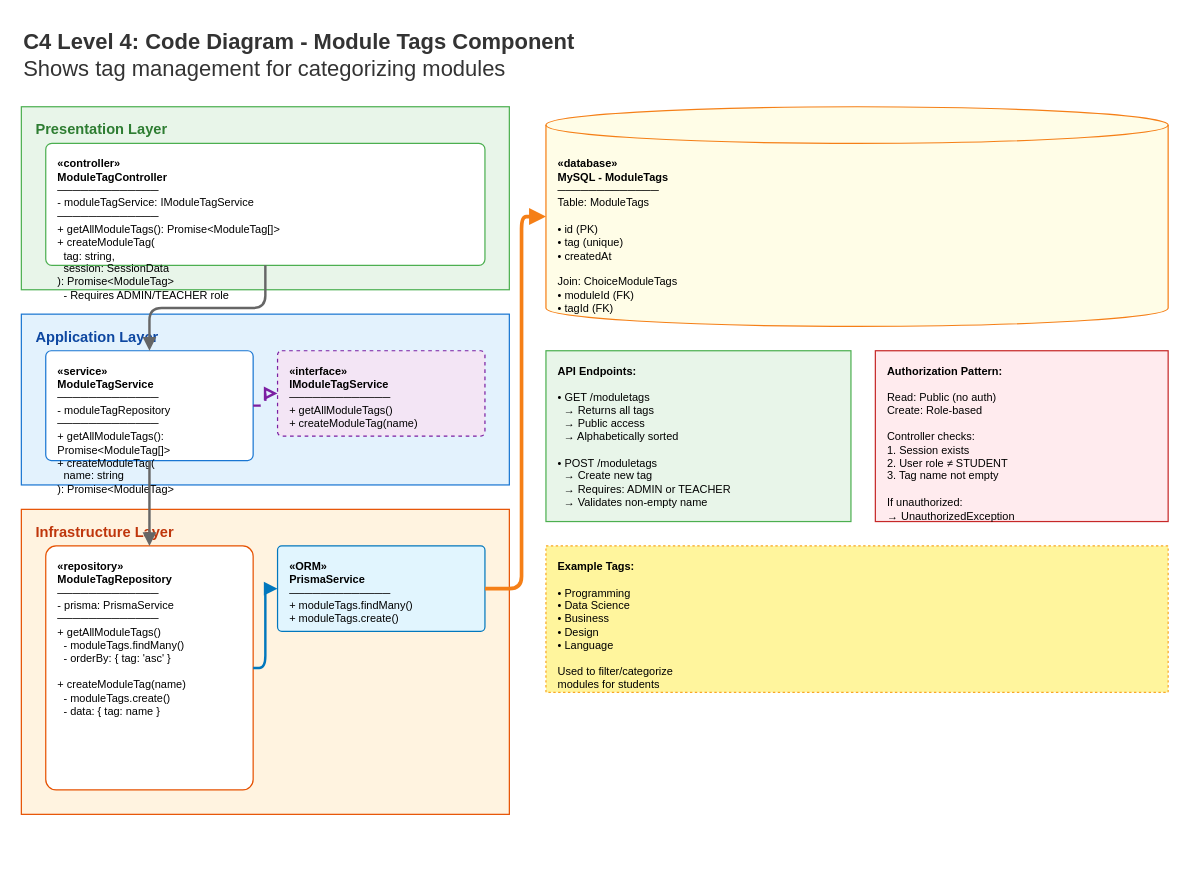
Before: page "Moduletags" (6 of 7) of C4-Model/Level 4.drawio in CompassGPT/Documentation, a draw.io diagram. Source tidied: cells renumbered, new cells numbered last; positions are measured from the earlier drawing's top-left corner, leaving out a move shared by most shapes. Both pictures are drawn from the tidied source at 122%, with x=0, y=0 at pixel (21, 21).
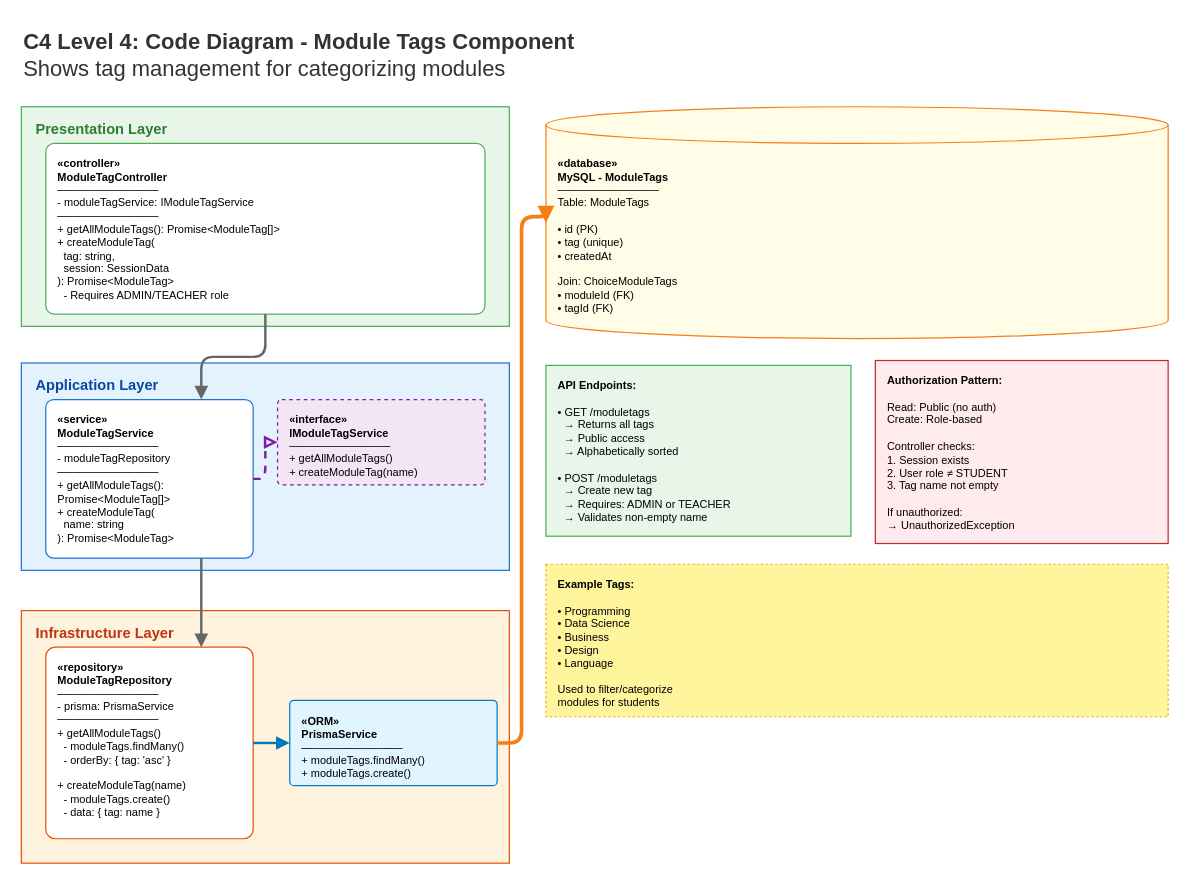
The same page after the edit.

The edit, as a diff of the source:
```diff
@@
     <mxCell id="3" value="&lt;b&gt;Presentation Layer&lt;/b&gt;" style="rounded=0;whiteSpace=wrap;html=1;fillColor=#E8F5E9;strokeColor=#4CAF50;fontColor=#2E7D32;fontSize=12;align=left;verticalAlign=top;spacingLeft=10;spacingTop=5;" parent="1" vertex="1">
-      <mxGeometry y="70" width="400" height="150" as="geometry" />
+      <mxGeometry y="70" width="400" height="180" as="geometry" />
     </mxCell>
     <mxCell id="4" value="&lt;b&gt;«controller»&lt;/b&gt;&lt;br&gt;&lt;b&gt;ModuleTagController&lt;/b&gt;&lt;br&gt;─────────────&lt;br&gt;- moduleTagService: IModuleTagService&lt;br&gt;─────────────&lt;br&gt;+ getAllModuleTags(): Promise&amp;lt;ModuleTag[]&amp;gt;&lt;br&gt;+ createModuleTag(&lt;br&gt;&amp;nbsp;&amp;nbsp;tag: string,&lt;br&gt;&amp;nbsp;&amp;nbsp;session: SessionData&lt;br&gt;): Promise&amp;lt;ModuleTag&amp;gt;&lt;br&gt;&amp;nbsp;&amp;nbsp;- Requires ADMIN/TEACHER role" style="rounded=1;whiteSpace=wrap;html=1;fillColor=#FFFFFF;strokeColor=#4CAF50;fontColor=#000000;fontSize=9;align=left;verticalAlign=top;spacingLeft=8;spacingTop=5;arcSize=5;" parent="1" vertex="1">
-      <mxGeometry x="20" y="100" width="360" height="100" as="geometry" />
+      <mxGeometry x="20" y="100" width="360" height="140" as="geometry" />
     </mxCell>
     <mxCell id="5" value="&lt;b&gt;Application Layer&lt;/b&gt;" style="rounded=0;whiteSpace=wrap;html=1;fillColor=#E3F2FD;strokeColor=#1976D2;fontColor=#0D47A1;fontSize=12;align=left;verticalAlign=top;spacingLeft=10;spacingTop=5;" parent="1" vertex="1">
-      <mxGeometry y="240" width="400" height="140" as="geometry" />
+      <mxGeometry y="280" width="400" height="170" as="geometry" />
     </mxCell>
     <mxCell id="6" value="&lt;b&gt;«service»&lt;/b&gt;&lt;br&gt;&lt;b&gt;ModuleTagService&lt;/b&gt;&lt;br&gt;─────────────&lt;br&gt;- moduleTagRepository&lt;br&gt;─────────────&lt;br&gt;+ getAllModuleTags(): Promise&amp;lt;ModuleTag[]&amp;gt;&lt;br&gt;+ createModuleTag(&lt;br&gt;&amp;nbsp;&amp;nbsp;name: string&lt;br&gt;): Promise&amp;lt;ModuleTag&amp;gt;" style="rounded=1;whiteSpace=wrap;html=1;fillColor=#FFFFFF;strokeColor=#1976D2;fontColor=#000000;fontSize=9;align=left;verticalAlign=top;spacingLeft=8;spacingTop=5;arcSize=5;" parent="1" vertex="1">
-      <mxGeometry x="20" y="270" width="170" height="90" as="geometry" />
+      <mxGeometry x="20" y="310" width="170" height="130" as="geometry" />
     </mxCell>
     <mxCell id="7" value="&lt;b&gt;«interface»&lt;/b&gt;&lt;br&gt;&lt;b&gt;IModuleTagService&lt;/b&gt;&lt;br&gt;─────────────&lt;br&gt;+ getAllModuleTags()&lt;br&gt;+ createModuleTag(name)" style="rounded=1;whiteSpace=wrap;html=1;fillColor=#F3E5F5;strokeColor=#7B1FA2;fontColor=#000000;fontSize=9;align=left;verticalAlign=top;spacingLeft=8;spacingTop=5;arcSize=5;dashed=1;dashPattern=3 3;" parent="1" vertex="1">
-      <mxGeometry x="210" y="270" width="170" height="70" as="geometry" />
+      <mxGeometry x="210" y="310" width="170" height="70" as="geometry" />
     </mxCell>
     <mxCell id="8" value="&lt;b&gt;Infrastructure Layer&lt;/b&gt;" style="rounded=0;whiteSpace=wrap;html=1;fillColor=#FFF3E0;strokeColor=#E65100;fontColor=#BF360C;fontSize=12;align=left;verticalAlign=top;spacingLeft=10;spacingTop=5;" parent="1" vertex="1">
-      <mxGeometry y="400" width="400" height="250" as="geometry" />
+      <mxGeometry y="483" width="400" height="207" as="geometry" />
     </mxCell>
     <mxCell id="9" value="&lt;b&gt;«repository»&lt;/b&gt;&lt;br&gt;&lt;b&gt;ModuleTagRepository&lt;/b&gt;&lt;br&gt;─────────────&lt;br&gt;- prisma: PrismaService&lt;br&gt;─────────────&lt;br&gt;+ getAllModuleTags()&lt;br&gt;&amp;nbsp;&amp;nbsp;- moduleTags.findMany()&lt;br&gt;&amp;nbsp;&amp;nbsp;- orderBy: { tag: 'asc' }&lt;br&gt;&lt;br&gt;+ createModuleTag(name)&lt;br&gt;&amp;nbsp;&amp;nbsp;- moduleTags.create()&lt;br&gt;&amp;nbsp;&amp;nbsp;- data: { tag: name }" style="rounded=1;whiteSpace=wrap;html=1;fillColor=#FFFFFF;strokeColor=#E65100;fontColor=#000000;fontSize=9;align=left;verticalAlign=top;spacingLeft=8;spacingTop=5;arcSize=5;" parent="1" vertex="1">
-      <mxGeometry x="20" y="430" width="170" height="200" as="geometry" />
+      <mxGeometry x="20" y="513" width="170" height="157" as="geometry" />
     </mxCell>
     <mxCell id="10" value="&lt;b&gt;«ORM»&lt;/b&gt;&lt;br&gt;&lt;b&gt;PrismaService&lt;/b&gt;&lt;br&gt;─────────────&lt;br&gt;+ moduleTags.findMany()&lt;br&gt;+ moduleTags.create()" style="rounded=1;whiteSpace=wrap;html=1;fillColor=#E1F5FE;strokeColor=#0277BD;fontColor=#000000;fontSize=9;align=left;verticalAlign=top;spacingLeft=8;spacingTop=5;arcSize=5;" parent="1" vertex="1">
-      <mxGeometry x="210" y="430" width="170" height="70" as="geometry" />
+      <mxGeometry x="220" y="556.5" width="170" height="70" as="geometry" />
     </mxCell>
     <mxCell id="11" value="&lt;b&gt;«database»&lt;/b&gt;&lt;br&gt;&lt;b&gt;MySQL - ModuleTags&lt;/b&gt;&lt;br&gt;─────────────&lt;br&gt;Table: ModuleTags&lt;br&gt;&lt;br&gt;• id (PK)&lt;br&gt;• tag (unique)&lt;br&gt;• createdAt&lt;br&gt;&lt;br&gt;Join: ChoiceModuleTags&lt;br&gt;• moduleId (FK)&lt;br&gt;• tagId (FK)" style="shape=cylinder3;whiteSpace=wrap;html=1;boundedLbl=1;backgroundOutline=1;size=15;fillColor=#FFFDE7;strokeColor=#F57F17;fontColor=#000000;fontSize=9;align=left;verticalAlign=top;spacingLeft=8;spacingTop=5;" parent="1" vertex="1">
-      <mxGeometry x="430" y="70" width="510" height="180" as="geometry" />
+      <mxGeometry x="430" y="70" width="510" height="190" as="geometry" />
     </mxCell>
     <mxCell id="12" value="&lt;b&gt;API Endpoints:&lt;/b&gt;&lt;br&gt;&lt;br&gt;• GET /moduletags&lt;br&gt;&amp;nbsp;&amp;nbsp;→ Returns all tags&lt;br&gt;&amp;nbsp;&amp;nbsp;→ Public access&lt;br&gt;&amp;nbsp;&amp;nbsp;→ Alphabetically sorted&lt;br&gt;&lt;br&gt;• POST /moduletags&lt;br&gt;&amp;nbsp;&amp;nbsp;→ Create new tag&lt;br&gt;&amp;nbsp;&amp;nbsp;→ Requires: ADMIN or TEACHER&lt;br&gt;&amp;nbsp;&amp;nbsp;→ Validates non-empty name" style="rounded=0;whiteSpace=wrap;html=1;fillColor=#E8F5E9;strokeColor=#4CAF50;fontColor=#000000;fontSize=9;align=left;verticalAlign=top;spacingLeft=8;spacingTop=5;" parent="1" vertex="1">
-      <mxGeometry x="430" y="270" width="250" height="140" as="geometry" />
+      <mxGeometry x="430" y="282" width="250" height="140" as="geometry" />
     </mxCell>
     <mxCell id="13" value="&lt;b&gt;Authorization Pattern:&lt;/b&gt;&lt;br&gt;&lt;br&gt;Read: Public (no auth)&lt;br&gt;Create: Role-based&lt;br&gt;&lt;br&gt;Controller checks:&lt;br&gt;1. Session exists&lt;br&gt;2. User role ≠ STUDENT&lt;br&gt;3. Tag name not empty&lt;br&gt;&lt;br&gt;If unauthorized:&lt;br&gt;→ UnauthorizedException" style="rounded=0;whiteSpace=wrap;html=1;fillColor=#FFEBEE;strokeColor=#C62828;fontColor=#000000;fontSize=9;align=left;verticalAlign=top;spacingLeft=8;spacingTop=5;" parent="1" vertex="1">
-      <mxGeometry x="700" y="270" width="240" height="140" as="geometry" />
+      <mxGeometry x="700" y="278" width="240" height="150" as="geometry" />
     </mxCell>
     <mxCell id="14" value="&lt;b&gt;Example Tags:&lt;/b&gt;&lt;br&gt;&lt;br&gt;• Programming&lt;br&gt;• Data Science&lt;br&gt;• Business&lt;br&gt;• Design&lt;br&gt;• Language&lt;br&gt;&lt;br&gt;Used to filter/categorize&lt;br&gt;modules for students" style="rounded=0;whiteSpace=wrap;html=1;fillColor=#FFF59D;strokeColor=#F9A825;fontColor=#000000;fontSize=9;align=left;verticalAlign=top;spacingLeft=8;spacingTop=5;dashed=1;dashPattern=2 2;" parent="1" vertex="1">
-      <mxGeometry x="430" y="430" width="510" height="120" as="geometry" />
+      <mxGeometry x="430" y="445" width="510" height="125" as="geometry" />
     </mxCell>
-    <mxCell id="15" style="edgeStyle=orthogonalEdgeStyle;rounded=1;html=1;strokeColor=#666666;strokeWidth=2;endArrow=block;endFill=1;" parent="1" edge="1" source="4" target="6">
+    <mxCell id="15" style="edgeStyle=orthogonalEdgeStyle;rounded=1;html=1;strokeColor=#666666;strokeWidth=2;endArrow=block;endFill=1;entryX=0.75;entryY=0;entryDx=0;entryDy=0;" parent="1" edge="1" source="4" target="6">
       <mxGeometry relative="1" as="geometry" />
     </mxCell>
@@
-    <mxCell id="17" style="edgeStyle=orthogonalEdgeStyle;rounded=1;html=1;strokeColor=#666666;strokeWidth=2;endArrow=block;endFill=1;" parent="1" edge="1" source="6" target="9">
+    <mxCell id="17" style="edgeStyle=orthogonalEdgeStyle;rounded=1;html=1;strokeColor=#666666;strokeWidth=2;endArrow=block;endFill=1;exitX=0.75;exitY=1;exitDx=0;exitDy=0;entryX=0.75;entryY=0;entryDx=0;entryDy=0;" parent="1" edge="1" source="6" target="9">
       <mxGeometry relative="1" as="geometry" />
     </mxCell>
@@
     <mxCell id="19" style="edgeStyle=orthogonalEdgeStyle;rounded=1;html=1;strokeColor=#F57F17;strokeWidth=3;endArrow=block;endFill=1;exitX=1;exitY=0.5;exitDx=0;exitDy=0;entryX=0;entryY=0.5;entryDx=0;entryDy=0;entryPerimeter=0;" parent="1" edge="1" source="10" target="11">
       <mxGeometry relative="1" as="geometry">
         <Array as="points">
-          <mxPoint x="410" y="465" />
+          <mxPoint x="410" y="592" />
           <mxPoint x="410" y="160" />
+          <mxPoint x="430" y="160" />
         </Array>
       </mxGeometry>
     </mxCell>
```
